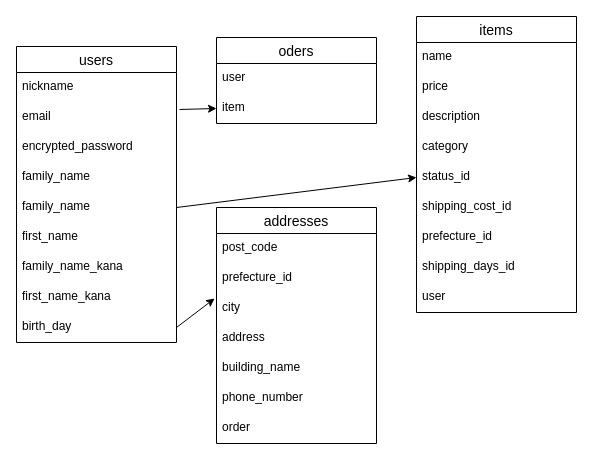
123yuki/furima-37850 keeps this draw.io diagram as furima.dio. Above is the earlier version. Source tidied: cells renumbered, new cells numbered last; positions are measured from the earlier drawing's top-left corner, leaving out a move shared by most shapes. Both pictures are drawn from the tidied source at 100%, with x=0, y=0 at pixel (16, 16).
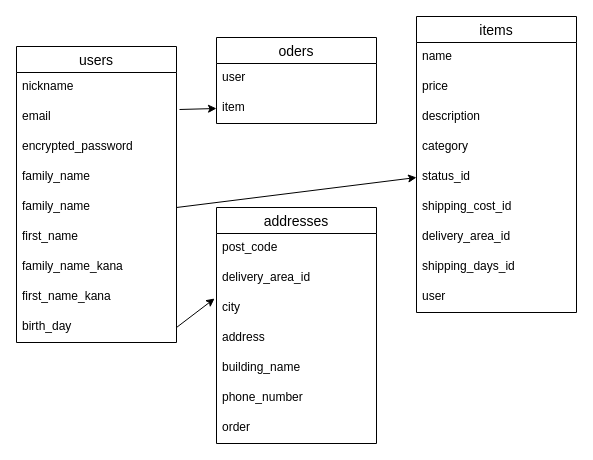
The same diagram, later.

Unchanged cells that the change refers to:
```xml
<mxCell id="18" value="items" style="swimlane;fontStyle=0;horizontal=1;startSize=26;align=center;fontSize=14;" parent="1" vertex="1">
  <mxGeometry x="400" width="160" height="296" as="geometry" />
</mxCell>
<mxCell id="28" value="addresses" style="swimlane;fontStyle=0;horizontal=1;startSize=26;align=center;fontSize=14;" parent="1" vertex="1">
  <mxGeometry x="200" y="191" width="160" height="236" as="geometry" />
</mxCell>
```

What changed in the source:
```diff
@@
-    <mxCell id="25" value="prefecture_id" style="text;strokeColor=none;fillColor=none;spacingLeft=4;spacingRight=4;overflow=hidden;fontSize=12;" parent="18" vertex="1">
+    <mxCell id="25" value="delivery_area_id" style="text;strokeColor=none;fillColor=none;spacingLeft=4;spacingRight=4;overflow=hidden;fontSize=12;" parent="18" vertex="1">
       <mxGeometry y="206" width="160" height="30" as="geometry" />
     </mxCell>
@@
-    <mxCell id="30" value="prefecture_id" style="text;strokeColor=none;fillColor=none;spacingLeft=4;spacingRight=4;overflow=hidden;fontSize=12;" parent="28" vertex="1">
+    <mxCell id="30" value="delivery_area_id" style="text;strokeColor=none;fillColor=none;spacingLeft=4;spacingRight=4;overflow=hidden;fontSize=12;" parent="28" vertex="1">
       <mxGeometry y="56" width="160" height="30" as="geometry" />
     </mxCell>
```
